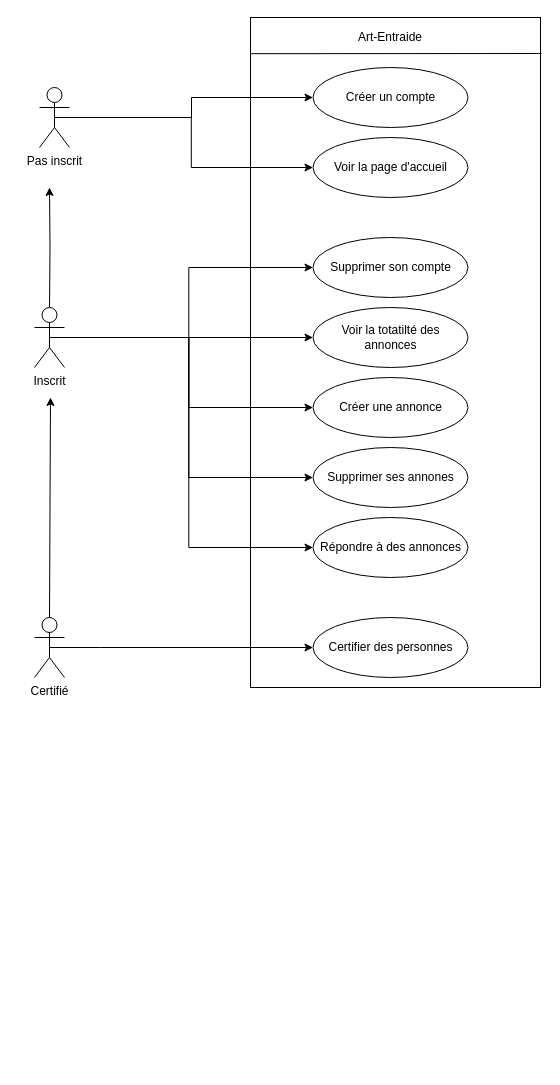
This is Conception/DCU.drawio from SkavenWannabe/ArtEntraide, a draw.io file, before an edit. Source tidied: cells renumbered, new cells numbered last; positions are measured from the earlier drawing's top-left corner, leaving out a move shared by most shapes. Both pictures are drawn from the tidied source at 100%, with x=0, y=0 at pixel (34, 17).
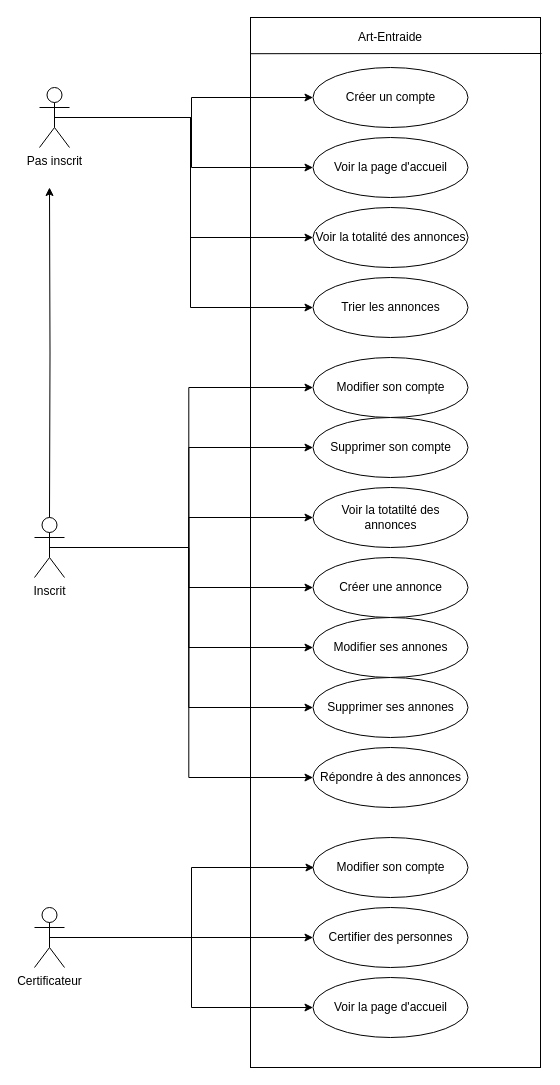
Above is the later version.

Commit message (it also covers changes not shown here):
modification DCU

Unchanged cells that the change refers to:
```xml
<mxCell id="5" value="&lt;div&gt;Pas inscrit&lt;br&gt;&lt;/div&gt;&lt;div&gt;&lt;br&gt;&lt;/div&gt;" style="shape=umlActor;verticalLabelPosition=bottom;verticalAlign=top;html=1;outlineConnect=0;" parent="1" vertex="1">
  <mxGeometry x="5" y="70" width="30" height="60" as="geometry" />
</mxCell>
<mxCell id="7" value="Voir la page d'accueil" style="ellipse;whiteSpace=wrap;html=1;" parent="1" vertex="1">
  <mxGeometry x="278.5" y="120" width="155" height="60" as="geometry" />
</mxCell>
```

The edit, as a diff of the source:
```diff
@@
     <mxCell id="2" style="rounded=0;whiteSpace=wrap;html=1;" parent="1" vertex="1">
-      <mxGeometry x="216" width="290" height="670" as="geometry" />
+      <mxGeometry x="216" width="290" height="1050" as="geometry" />
     </mxCell>
@@
     <mxCell id="4" style="edgeStyle=orthogonalEdgeStyle;rounded=0;sketch=0;jettySize=auto;html=1;entryX=0;entryY=0.5;entryDx=0;entryDy=0;shadow=0;exitX=0.5;exitY=0.5;exitDx=0;exitDy=0;exitPerimeter=0;" parent="1" edge="1" source="5" target="7">
-      <mxGeometry relative="1" as="geometry" />
+      <mxGeometry relative="1" as="geometry">
+        <Array as="points">
+          <mxPoint x="157" y="100" />
+          <mxPoint x="157" y="150" />
+        </Array>
+      </mxGeometry>
     </mxCell>
@@
     <mxCell id="8" value="Créer une annonce " style="ellipse;whiteSpace=wrap;html=1;" parent="1" vertex="1">
-      <mxGeometry x="278.5" y="360" width="155" height="60" as="geometry" />
+      <mxGeometry x="278.5" y="540" width="155" height="60" as="geometry" />
     </mxCell>
     <mxCell id="9" value="Répondre à des annonces " style="ellipse;whiteSpace=wrap;html=1;" parent="1" vertex="1">
-      <mxGeometry x="278.5" y="500" width="155" height="60" as="geometry" />
+      <mxGeometry x="278.5" y="730" width="155" height="60" as="geometry" />
     </mxCell>
     <mxCell id="10" value="Voir la totatilté des annonces" style="ellipse;whiteSpace=wrap;html=1;" parent="1" vertex="1">
-      <mxGeometry x="278.5" y="290" width="155" height="60" as="geometry" />
+      <mxGeometry x="278.5" y="470" width="155" height="60" as="geometry" />
     </mxCell>
@@
     <mxCell id="17" value="&lt;div&gt;Inscrit&lt;/div&gt;&lt;div&gt;&lt;br&gt;&lt;/div&gt;" style="shape=umlActor;verticalLabelPosition=bottom;verticalAlign=top;html=1;outlineConnect=0;" parent="1" vertex="1">
-      <mxGeometry y="290" width="30" height="60" as="geometry" />
+      <mxGeometry y="500" width="30" height="60" as="geometry" />
     </mxCell>
     <mxCell id="18" value="Supprimer son compte " style="ellipse;whiteSpace=wrap;html=1;" parent="1" vertex="1">
-      <mxGeometry x="278.5" y="220" width="155" height="60" as="geometry" />
+      <mxGeometry x="278.5" y="400" width="155" height="60" as="geometry" />
     </mxCell>
     <mxCell id="19" value="Supprimer ses annones " style="ellipse;whiteSpace=wrap;html=1;" parent="1" vertex="1">
-      <mxGeometry x="278.5" y="430" width="155" height="60" as="geometry" />
+      <mxGeometry x="278.5" y="660" width="155" height="60" as="geometry" />
     </mxCell>
-    <mxCell id="20" style="edgeStyle=orthogonalEdgeStyle;rounded=0;sketch=0;jettySize=auto;html=1;exitX=0.5;exitY=0.5;exitDx=0;exitDy=0;exitPerimeter=0;shadow=0;startArrow=none;startFill=0;endArrow=classic;endFill=1;" parent="1" edge="1" source="21" target="22">
+    <mxCell id="20" style="edgeStyle=orthogonalEdgeStyle;rounded=0;sketch=0;jettySize=auto;html=1;exitX=0.5;exitY=0.5;exitDx=0;exitDy=0;exitPerimeter=0;shadow=0;startArrow=none;startFill=0;endArrow=classic;endFill=1;" parent="1" edge="1" target="22">
       <mxGeometry relative="1" as="geometry">
+        <mxPoint x="15" y="920" as="sourcePoint" />
         <Array as="points">
-          <mxPoint x="66" y="630" />
-          <mxPoint x="66" y="630" />
+          <mxPoint x="66" y="920" />
+          <mxPoint x="66" y="920" />
         </Array>
       </mxGeometry>
     </mxCell>
-    <mxCell id="21" value="&lt;div&gt;Certifié&lt;/div&gt;&lt;div&gt;&lt;br&gt;&lt;/div&gt;" style="shape=umlActor;verticalLabelPosition=bottom;verticalAlign=top;html=1;outlineConnect=0;" parent="1" vertex="1">
-      <mxGeometry y="600" width="30" height="60" as="geometry" />
-    </mxCell>
     <mxCell id="22" value="Certifier des personnes" style="ellipse;whiteSpace=wrap;html=1;" parent="1" vertex="1">
-      <mxGeometry x="278.5" y="600" width="155" height="60" as="geometry" />
+      <mxGeometry x="278.5" y="890" width="155" height="60" as="geometry" />
     </mxCell>
@@
-    <mxCell id="24" style="endArrow=classic;html=1;shadow=0;exitX=0.5;exitY=0;exitDx=0;exitDy=0;exitPerimeter=0;" parent="1" edge="1" source="21">
-      <mxGeometry relative="1" as="geometry">
-        <mxPoint x="16" y="380" as="targetPoint" />
-      </mxGeometry>
-    </mxCell>
@@
+    <mxCell id="26" style="edgeStyle=orthogonalEdgeStyle;rounded=0;jettySize=auto;html=1;exitX=0.5;exitY=0.5;exitDx=0;exitDy=0;exitPerimeter=0;entryX=0;entryY=0.5;entryDx=0;entryDy=0;" parent="1" edge="1" source="17" target="27">
+      <mxGeometry relative="1" as="geometry" />
+    </mxCell>
+    <mxCell id="27" value="Modifier son compte " style="ellipse;whiteSpace=wrap;html=1;" parent="1" vertex="1">
+      <mxGeometry x="278.5" y="340" width="155" height="60" as="geometry" />
+    </mxCell>
+    <mxCell id="28" style="edgeStyle=orthogonalEdgeStyle;rounded=0;sketch=0;jettySize=auto;html=1;exitX=0.5;exitY=0.5;exitDx=0;exitDy=0;exitPerimeter=0;entryX=0;entryY=0.5;entryDx=0;entryDy=0;shadow=0;" parent="1" edge="1" source="17" target="29">
+      <mxGeometry relative="1" as="geometry" />
+    </mxCell>
+    <mxCell id="29" value="Modifier ses annones " style="ellipse;whiteSpace=wrap;html=1;" parent="1" vertex="1">
+      <mxGeometry x="278.5" y="600" width="155" height="60" as="geometry" />
+    </mxCell>
+    <mxCell id="30" style="edgeStyle=orthogonalEdgeStyle;rounded=0;sketch=0;orthogonalLoop=1;jettySize=auto;html=1;exitX=0.5;exitY=0.5;exitDx=0;exitDy=0;exitPerimeter=0;shadow=0;startArrow=none;startFill=0;endArrow=classic;endFill=1;" parent="1" edge="1">
+      <mxGeometry relative="1" as="geometry">
+        <mxPoint x="16" y="920" as="sourcePoint" />
+        <mxPoint x="279.5" y="850" as="targetPoint" />
+        <Array as="points">
+          <mxPoint x="157" y="850" />
+        </Array>
+      </mxGeometry>
+    </mxCell>
+    <mxCell id="31" value="Modifier son compte" style="ellipse;whiteSpace=wrap;html=1;" parent="1" vertex="1">
+      <mxGeometry x="278.5" y="820" width="155" height="60" as="geometry" />
+    </mxCell>
+    <mxCell id="32" style="edgeStyle=orthogonalEdgeStyle;rounded=0;sketch=0;jettySize=auto;html=1;entryX=0;entryY=0.5;entryDx=0;entryDy=0;shadow=0;exitX=0.5;exitY=0.5;exitDx=0;exitDy=0;exitPerimeter=0;" parent="1" edge="1" source="5" target="33">
+      <mxGeometry relative="1" as="geometry">
+        <Array as="points">
+          <mxPoint x="156" y="100" />
+          <mxPoint x="156" y="220" />
+        </Array>
+      </mxGeometry>
+    </mxCell>
+    <mxCell id="33" value="Voir la totalité des annonces" style="ellipse;whiteSpace=wrap;html=1;" parent="1" vertex="1">
+      <mxGeometry x="278.5" y="190" width="155" height="60" as="geometry" />
+    </mxCell>
+    <mxCell id="21" value="&lt;div&gt;Certificateur&lt;/div&gt;&lt;div&gt;&lt;br&gt;&lt;/div&gt;" style="shape=umlActor;verticalLabelPosition=bottom;verticalAlign=top;html=1;outlineConnect=0;" parent="1" vertex="1">
+      <mxGeometry y="890" width="30" height="60" as="geometry" />
+    </mxCell>
+    <mxCell id="34" style="edgeStyle=orthogonalEdgeStyle;rounded=0;sketch=0;jettySize=auto;html=1;entryX=0;entryY=0.5;entryDx=0;entryDy=0;shadow=0;exitX=0.5;exitY=0.5;exitDx=0;exitDy=0;exitPerimeter=0;" parent="1" edge="1" source="5" target="35">
+      <mxGeometry relative="1" as="geometry">
+        <Array as="points">
+          <mxPoint x="156" y="100" />
+          <mxPoint x="156" y="290" />
+        </Array>
+      </mxGeometry>
+    </mxCell>
+    <mxCell id="35" value="Trier les annonces" style="ellipse;whiteSpace=wrap;html=1;" parent="1" vertex="1">
+      <mxGeometry x="278.5" y="260" width="155" height="60" as="geometry" />
+    </mxCell>
+    <mxCell id="36" style="edgeStyle=orthogonalEdgeStyle;rounded=0;sketch=0;jettySize=auto;html=1;entryX=0;entryY=0.5;entryDx=0;entryDy=0;shadow=0;exitX=0.5;exitY=0.5;exitDx=0;exitDy=0;exitPerimeter=0;" parent="1" edge="1" source="21" target="37">
+      <mxGeometry relative="1" as="geometry">
+        <Array as="points">
+          <mxPoint x="157" y="920" />
+          <mxPoint x="157" y="990" />
+        </Array>
+      </mxGeometry>
+    </mxCell>
+    <mxCell id="37" value="Voir la page d'accueil" style="ellipse;whiteSpace=wrap;html=1;" parent="1" vertex="1">
+      <mxGeometry x="278.5" y="960" width="155" height="60" as="geometry" />
+    </mxCell>
```
